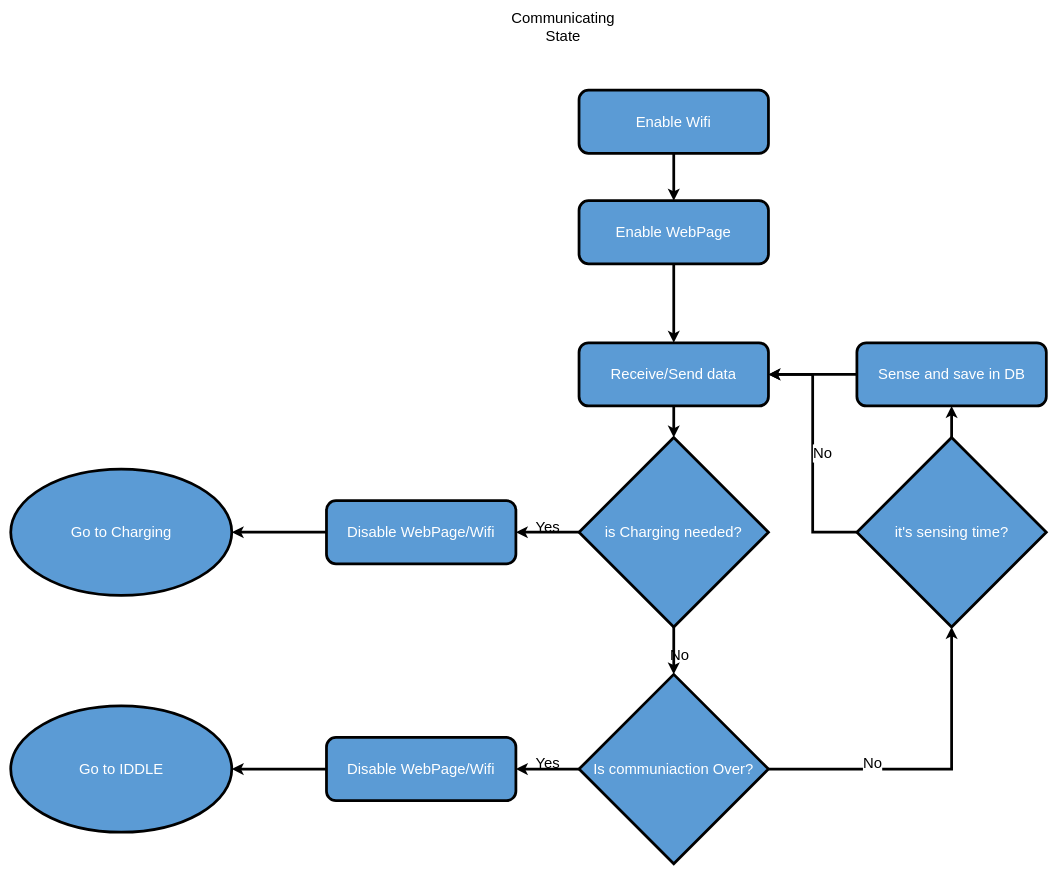
Above: Utils/Drawio/Diagramas de flujo/Diagrama_de_flujo_communicating.drawio in tlondero/Dise-o (draw.io), before the change. Source tidied: cells renumbered, new cells numbered last; positions are measured from the earlier drawing's top-left corner, leaving out a move shared by most shapes. Both pictures are drawn from the tidied source at 55%, with x=0, y=0 at pixel (10, 11).
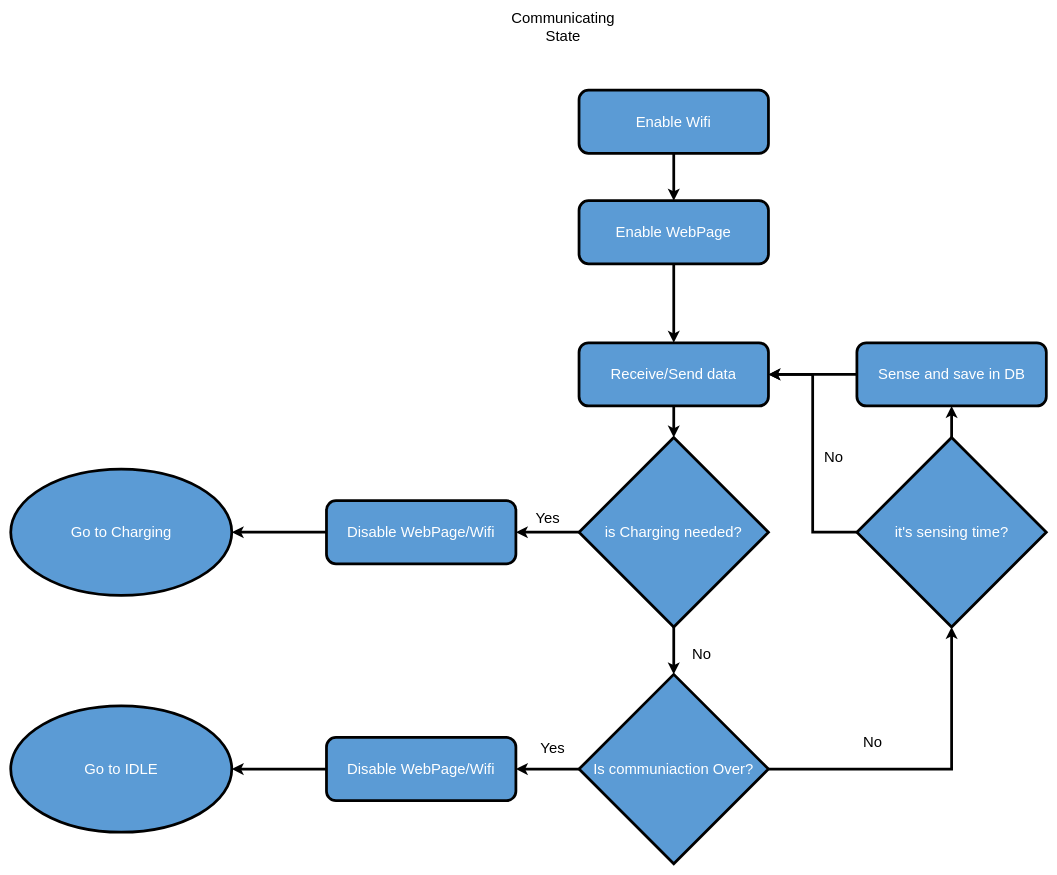
The same page after the edit.

Commit message (it also covers changes not shown here):
IDDLE por IDLE

Unchanged cells that the change refers to:
```xml
<mxCell id="2" style="group;strokeWidth=5;fontSize=27;" parent="1" vertex="1">
  <mxGeometry width="1883" height="1550" as="geometry" />
</mxCell>
<mxCell id="8" value="&lt;font style=&quot;font-size: 27px;&quot;&gt;is Charging needed?&lt;/font&gt;" style="rhombus;whiteSpace=wrap;html=1;fillColor=#5B9BD5;fontColor=#FFFFFF;strokeWidth=5;fontSize=27;" parent="2" vertex="1">
  <mxGeometry x="1033.3" y="775" width="344.4" height="344.4" as="geometry" />
</mxCell>
<mxCell id="10" value="&lt;font style=&quot;font-size: 27px;&quot;&gt;Is communiaction Over?&lt;/font&gt;" style="rhombus;whiteSpace=wrap;html=1;fillColor=#5B9BD5;fontColor=#FFFFFF;strokeWidth=5;fontSize=27;" parent="2" vertex="1">
  <mxGeometry x="1033.3" y="1205.6" width="344.4" height="344.4" as="geometry" />
</mxCell>
<mxCell id="13" value="Receive/Send data" style="rounded=1;whiteSpace=wrap;html=1;fontSize=27;glass=0;strokeWidth=5;shadow=0;fillColor=#5B9BD5;fontColor=#FFFFFF;" parent="2" vertex="1">
  <mxGeometry x="1033.3" y="602.8" width="344.4" height="114.8" as="geometry" />
</mxCell>
<mxCell id="22" value="&lt;font style=&quot;font-size: 27px;&quot;&gt;it's sensing time?&lt;/font&gt;" style="rhombus;whiteSpace=wrap;html=1;fillColor=#5B9BD5;fontColor=#FFFFFF;strokeWidth=5;fontSize=27;" parent="2" vertex="1">
  <mxGeometry x="1538.5" y="775" width="344.4" height="344.4" as="geometry" />
</mxCell>
```

Change to the diagram source:
```diff
@@
     <mxCell id="7" value="Yes" style="edgeStyle=orthogonalEdgeStyle;rounded=0;jettySize=auto;html=1;labelBackgroundColor=none;strokeWidth=5;fontSize=27;" parent="2" edge="1" source="8">
-      <mxGeometry y="-10" relative="1" as="geometry">
+      <mxGeometry y="-27" relative="1" as="geometry">
         <mxPoint x="918.5" y="947.2" as="targetPoint" />
       </mxGeometry>
     </mxCell>
@@
     <mxCell id="9" value="Yes" style="edgeStyle=orthogonalEdgeStyle;rounded=0;jettySize=auto;html=1;labelBackgroundColor=none;strokeWidth=5;fontSize=27;" parent="2" edge="1" source="10">
-      <mxGeometry y="-10" relative="1" as="geometry">
+      <mxGeometry x="-0.17" y="-38" relative="1" as="geometry">
         <mxPoint x="918.5" y="1377.8" as="targetPoint" />
       </mxGeometry>
     </mxCell>
@@
     <mxCell id="11" value="No" style="edgeStyle=orthogonalEdgeStyle;rounded=0;jettySize=auto;html=1;labelBackgroundColor=none;strokeWidth=5;fontSize=27;" parent="2" edge="1" source="8" target="10">
-      <mxGeometry x="0.2" y="10" relative="1" as="geometry" />
+      <mxGeometry x="0.17" y="50" relative="1" as="geometry">
+        <mxPoint y="1" as="offset" />
+      </mxGeometry>
     </mxCell>
@@
-    <mxCell id="16" value="Go to IDDLE" style="ellipse;whiteSpace=wrap;html=1;fillColor=#5B9BD5;fontColor=#FFFFFF;strokeWidth=5;fontSize=27;" parent="2" vertex="1">
+    <mxCell id="16" value="Go to IDLE" style="ellipse;whiteSpace=wrap;html=1;fillColor=#5B9BD5;fontColor=#FFFFFF;strokeWidth=5;fontSize=27;" parent="2" vertex="1">
       <mxGeometry y="1263" width="401.9" height="229.6" as="geometry" />
     </mxCell>
@@
     <mxCell id="21" value="No" style="edgeStyle=orthogonalEdgeStyle;rounded=0;jettySize=auto;html=1;entryX=1;entryY=0.5;entryDx=0;entryDy=0;fontSize=27;strokeWidth=5;" parent="2" edge="1" source="22" target="13">
-      <mxGeometry y="-18" relative="1" as="geometry" />
+      <mxGeometry x="-0.03" y="-38" relative="1" as="geometry" />
     </mxCell>
@@
     <mxCell id="23" value="No" style="edgeStyle=orthogonalEdgeStyle;rounded=0;jettySize=auto;html=1;entryX=0.5;entryY=1;entryDx=0;entryDy=0;fontSize=27;strokeWidth=5;" parent="2" edge="1" source="10" target="22">
-      <mxGeometry x="-0.36" y="10" relative="1" as="geometry" />
+      <mxGeometry x="-0.36" y="48" relative="1" as="geometry" />
     </mxCell>
```
